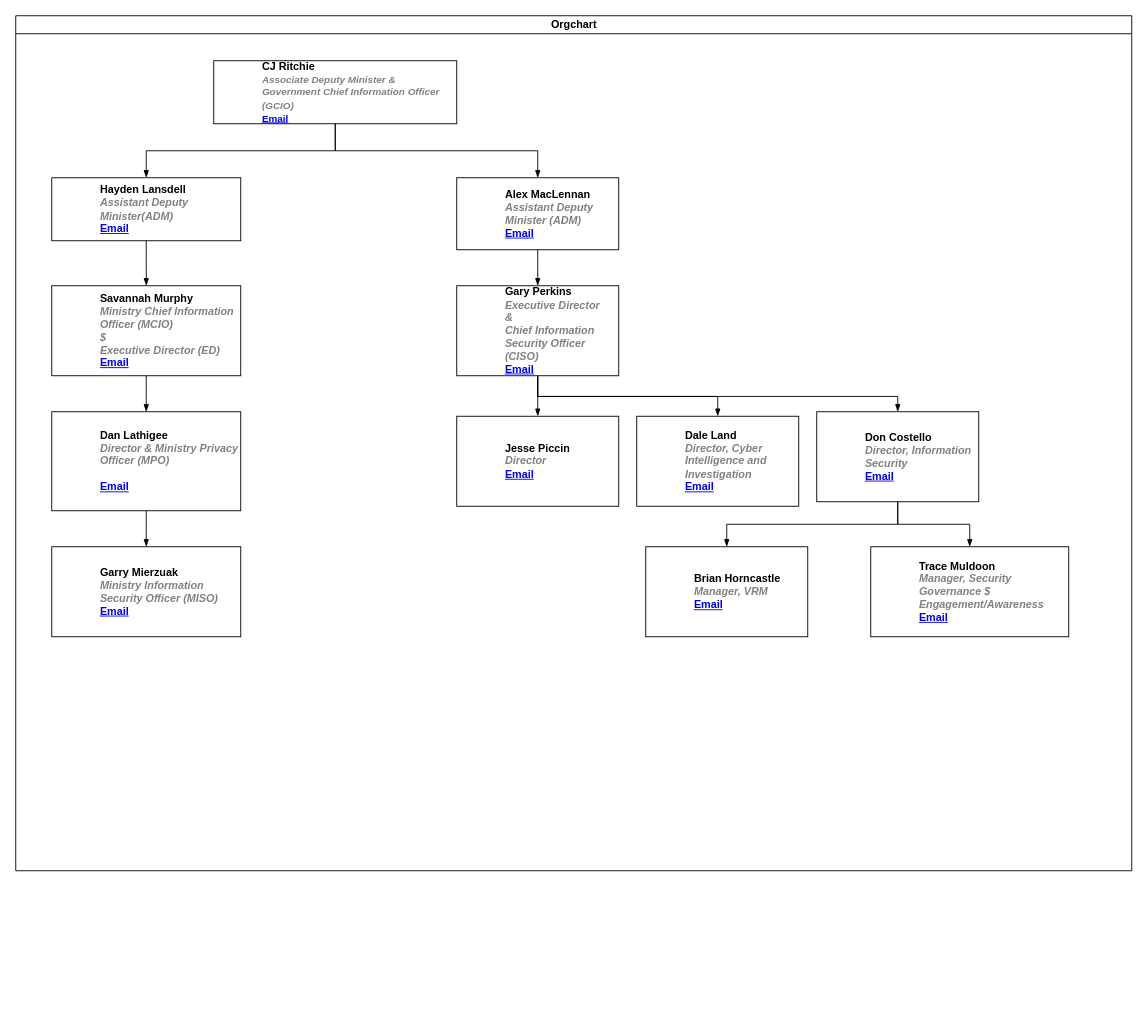
The draw.io diagram page "OCIO-org chart" (1 of 4) of Untitled Diagram.drawio in ThindK/myrepo, before the edit. Source tidied: cells renumbered, new cells numbered last; positions are measured from the earlier drawing's top-left corner, leaving out a move shared by most shapes. Both pictures are drawn from the tidied source at 90%, with x=0, y=0 at pixel (15, 15).
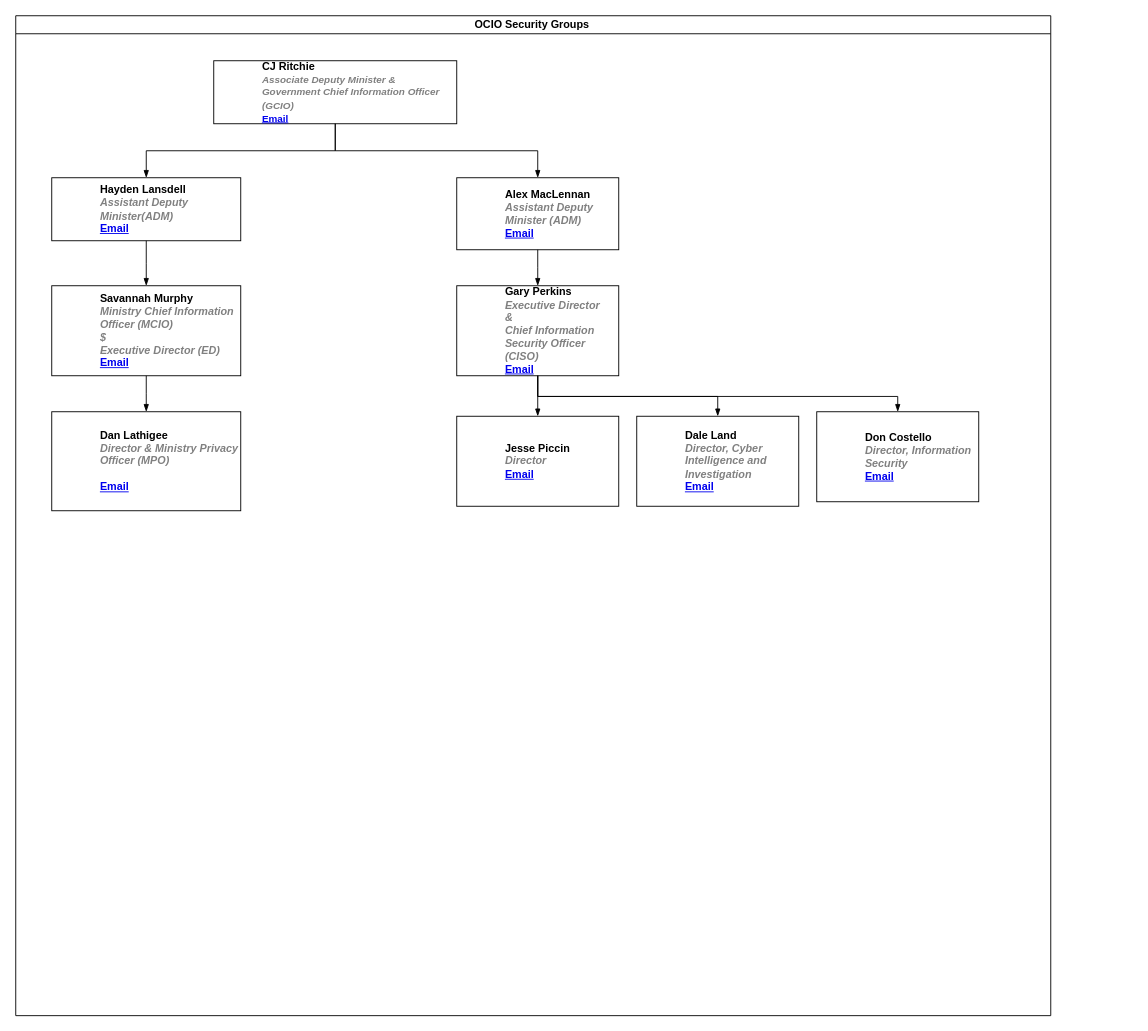
After the change.

Unchanged cells that the change refers to:
```xml
<object id="11" label="%name%&lt;br&gt;&lt;i style=&quot;color: gray&quot;&gt;%position%&lt;/i&gt;&lt;br&gt;&lt;a href=&quot;mailto:%email%&quot;&gt;Email&lt;/a&gt;" email="Dan.Lathigee@gov.bc.ca" name="Dan Lathigee" placeholders="1" position="Director &amp; Ministry Privacy Officer (MPO)&#10;">
  <mxCell style="label;whiteSpace=wrap;html=1;rounded=0;glass=0;" parent="2" vertex="1">
    <mxGeometry x="40" y="440" width="210" height="110" as="geometry" />
  </mxCell>
</object>
<object id="21" label="%name%&lt;br&gt;&lt;i style=&quot;color: gray&quot;&gt;%position%&lt;/i&gt;&lt;br&gt;&lt;a href=&quot;mailto:%email%&quot;&gt;Email&lt;/a&gt;" email="Don.Costello@gov.bc.ca" name="Don Costello" placeholders="1" position="Director, Information Security">
  <mxCell style="label;whiteSpace=wrap;html=1;rounded=0;glass=0;" parent="2" vertex="1">
    <mxGeometry x="890" y="440" width="180" height="100" as="geometry" />
  </mxCell>
</object>
```

What changed in the source:
```diff
@@
-    <mxCell id="2" value="Orgchart" style="swimlane;html=1;startSize=20;horizontal=1;containerType=tree;glass=0;" parent="1" vertex="1">
-      <mxGeometry width="1240" height="950" as="geometry" />
+    <mxCell id="2" value="OCIO Security Groups&amp;nbsp;" style="swimlane;html=1;startSize=20;horizontal=1;containerType=tree;glass=0;" parent="1" vertex="1">
+      <mxGeometry width="1150" height="1111" as="geometry" />
     </mxCell>
@@
-    <mxCell id="12" style="endArrow=blockThin;endFill=1;fontSize=11;edgeStyle=elbowEdgeStyle;elbow=vertical;rounded=0;" parent="2" edge="1" source="11" target="13">
-      <mxGeometry relative="1" as="geometry" />
-    </mxCell>
-    <object id="13" label="%name%&lt;br&gt;&lt;i style=&quot;color: gray&quot;&gt;%position%&lt;/i&gt;&lt;br&gt;&lt;a href=&quot;mailto:%email%&quot;&gt;Email&lt;/a&gt;" email="Garry.Mierzuak@gov.bc.ca" name="Garry Mierzuak" placeholders="1" position="Ministry Information Security Officer (MISO)">
-      <mxCell style="label;whiteSpace=wrap;html=1;rounded=0;glass=0;" parent="2" vertex="1">
-        <mxGeometry x="40" y="590" width="210" height="100" as="geometry" />
-      </mxCell>
-    </object>
@@
-    <mxCell id="22" style="endArrow=blockThin;endFill=1;fontSize=11;edgeStyle=elbowEdgeStyle;elbow=vertical;rounded=0;" parent="2" edge="1" source="21" target="23">
-      <mxGeometry relative="1" as="geometry" />
-    </mxCell>
-    <object id="23" label="%name%&lt;br&gt;&lt;i style=&quot;color: gray&quot;&gt;%position%&lt;/i&gt;&lt;br&gt;&lt;a href=&quot;mailto:%email%&quot;&gt;Email&lt;/a&gt;" email="Brian.Horncastle@gov.bc.ca" name="Brian Horncastle" placeholders="1" position="Manager, VRM">
-      <mxCell style="label;whiteSpace=wrap;html=1;rounded=0;glass=0;" parent="2" vertex="1">
-        <mxGeometry x="700" y="590" width="180" height="100" as="geometry" />
-      </mxCell>
-    </object>
-    <mxCell id="24" style="endArrow=blockThin;endFill=1;fontSize=11;edgeStyle=elbowEdgeStyle;elbow=vertical;rounded=0;" parent="2" edge="1" source="21" target="25">
-      <mxGeometry relative="1" as="geometry" />
-    </mxCell>
-    <object id="25" label="%name%&lt;br&gt;&lt;i style=&quot;color: gray&quot;&gt;%position%&lt;/i&gt;&lt;br&gt;&lt;a href=&quot;mailto:%email%&quot;&gt;Email&lt;/a&gt;" email="Trace.Muldoon@gov.bc.ca" name="Trace Muldoon" placeholders="1" position="Manager, Security Governance $ Engagement/Awareness">
-      <mxCell style="label;whiteSpace=wrap;html=1;rounded=0;glass=0;" parent="2" vertex="1">
-        <mxGeometry x="950" y="590" width="220" height="100" as="geometry" />
-      </mxCell>
-    </object>
```
